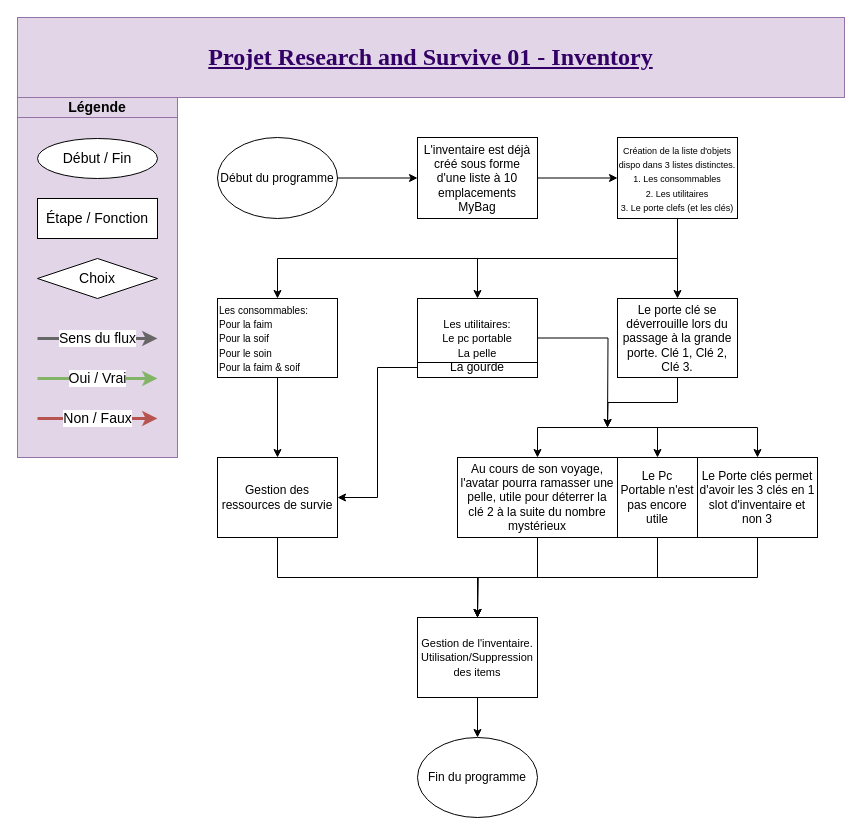
This is page "Inventaire" (3 of 8) of Hors code/Project RS01.drawio from Hidorion/ProjetRS1, a draw.io file, before an edit. Source tidied: cells renumbered, new cells numbered last; positions are measured from the earlier drawing's top-left corner, leaving out a move shared by most shapes. Both pictures are drawn from the tidied source at 100%, with x=0, y=0 at pixel (17, 17).
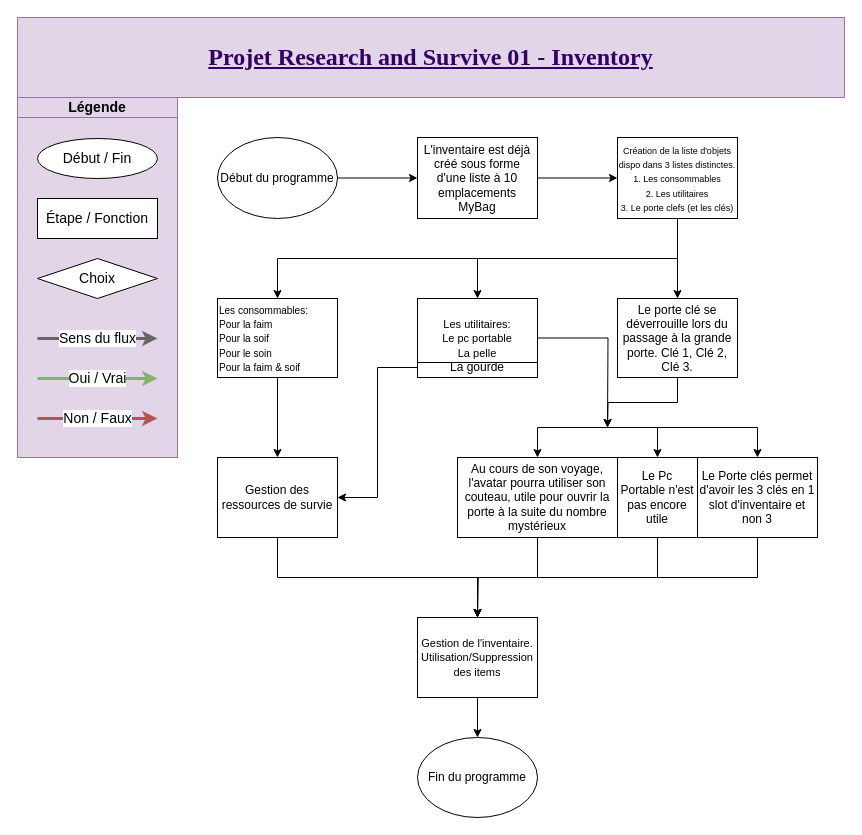
Above is the later version.

Change to the diagram source:
```diff
@@
-    <mxCell id="31" value="Au cours de son voyage, l'avatar pourra ramasser une pelle, utile pour déterrer la clé 2 à la suite du nombre mystérieux" style="rounded=0;whiteSpace=wrap;html=1;" parent="1" vertex="1">
+    <mxCell id="31" value="Au cours de son voyage, l'avatar pourra utiliser son couteau, utile pour ouvrir la porte à la suite du nombre mystérieux" style="rounded=0;whiteSpace=wrap;html=1;" parent="1" vertex="1">
       <mxGeometry x="440" y="440" width="160" height="80" as="geometry" />
     </mxCell>
```
